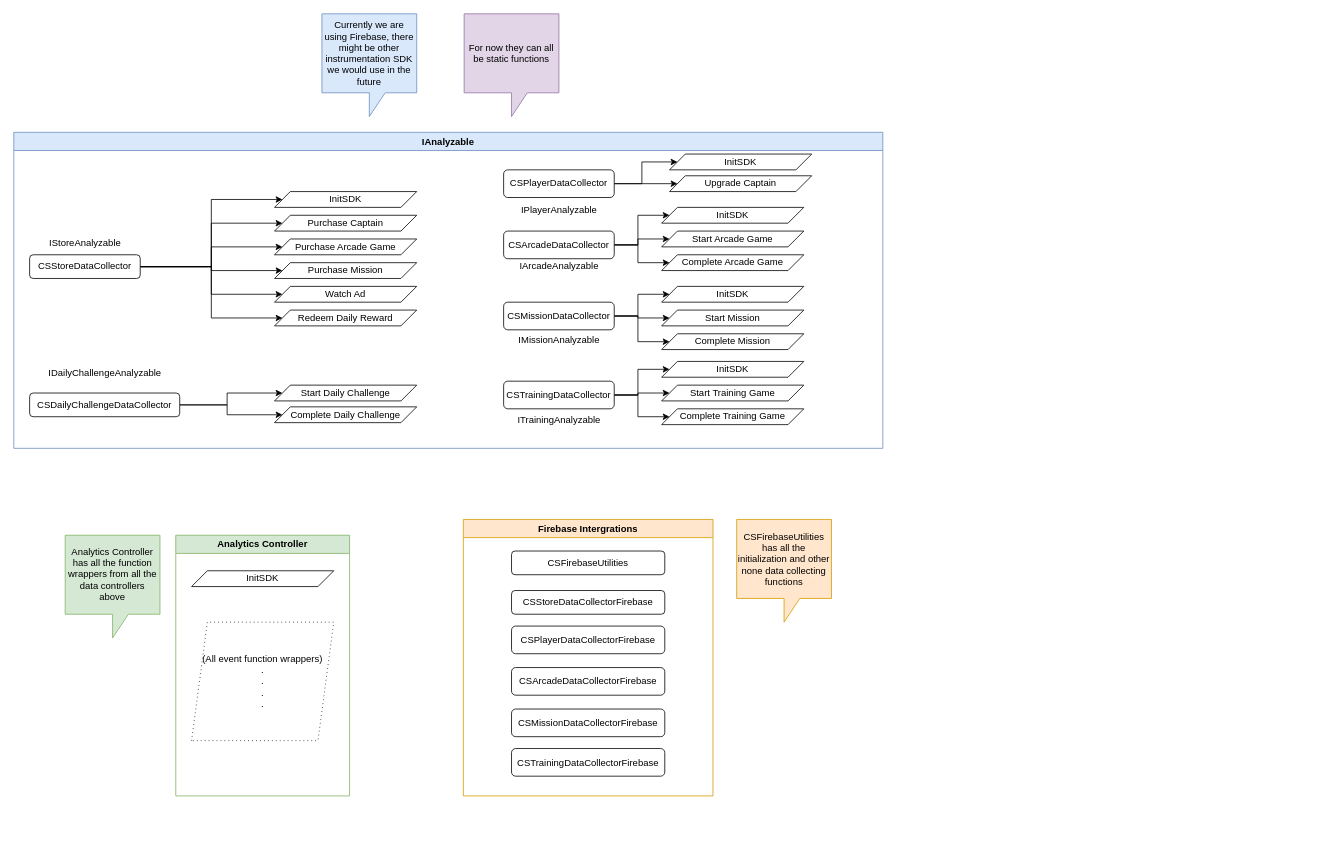
froglet-studio/cosmic-shore-backend-diagrams keeps this draw.io diagram as cosmic-shore-instrumentation.drawio. Above is the earlier version. Source tidied: cells renumbered, new cells numbered last; positions are measured from the earlier drawing's top-left corner, leaving out a move shared by most shapes. Both pictures are drawn from the tidied source at 79%, with x=0, y=0 at pixel (13, 13).
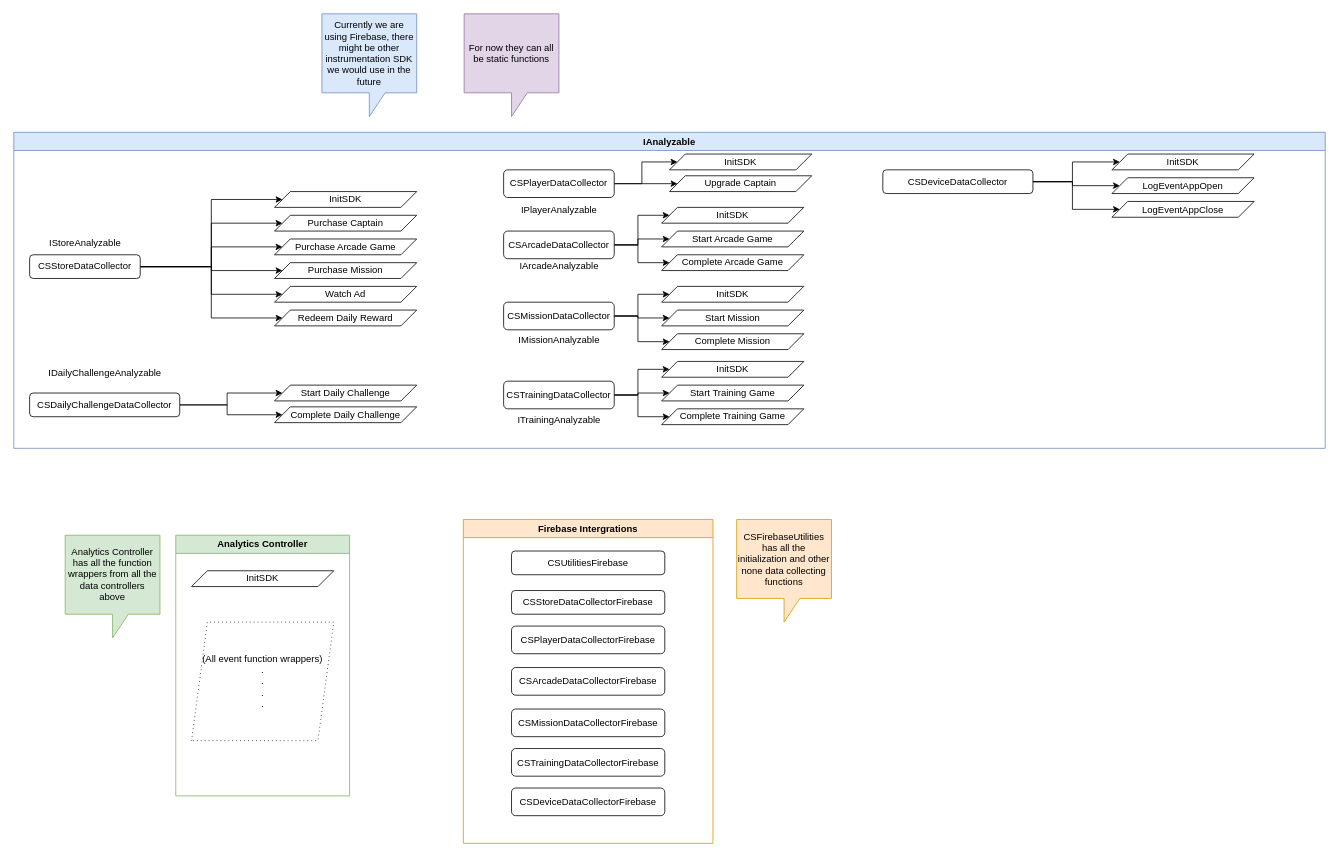
The same page after the edit.

Commit message:
Update device data collector scheme

Diff of the diagram source:
```diff
@@
     <mxCell id="5" value="IAnalyzable" style="swimlane;whiteSpace=wrap;html=1;fillColor=#dae8fc;strokeColor=#6c8ebf;" parent="1" vertex="1">
-      <mxGeometry y="150" width="1100" height="400" as="geometry" />
+      <mxGeometry y="150" width="1660" height="400" as="geometry" />
     </mxCell>
@@
+    <mxCell id="67" style="edgeStyle=orthogonalEdgeStyle;rounded=0;jettySize=auto;html=1;entryX=0;entryY=0.5;entryDx=0;entryDy=0;" parent="5" edge="1" source="70" target="71">
+      <mxGeometry relative="1" as="geometry" />
+    </mxCell>
+    <mxCell id="68" style="edgeStyle=orthogonalEdgeStyle;rounded=0;jettySize=auto;html=1;entryX=0;entryY=0.5;entryDx=0;entryDy=0;" parent="5" edge="1" source="70" target="72">
+      <mxGeometry relative="1" as="geometry" />
+    </mxCell>
+    <mxCell id="69" style="edgeStyle=orthogonalEdgeStyle;rounded=0;jettySize=auto;html=1;entryX=0;entryY=0.5;entryDx=0;entryDy=0;" parent="5" edge="1" source="70" target="73">
+      <mxGeometry relative="1" as="geometry">
+        <Array as="points">
+          <mxPoint x="1340" y="63" />
+          <mxPoint x="1340" y="98" />
+        </Array>
+      </mxGeometry>
+    </mxCell>
+    <mxCell id="70" value="CSDeviceDataCollector" style="rounded=1;whiteSpace=wrap;html=1;" parent="5" vertex="1">
+      <mxGeometry x="1100" y="47.5" width="190" height="30" as="geometry" />
+    </mxCell>
+    <mxCell id="71" value="InitSDK" style="shape=parallelogram;perimeter=parallelogramPerimeter;whiteSpace=wrap;html=1;fixedSize=1;" parent="5" vertex="1">
+      <mxGeometry x="1390" y="27.5" width="180" height="20" as="geometry" />
+    </mxCell>
+    <mxCell id="72" value="LogEventAppOpen" style="shape=parallelogram;perimeter=parallelogramPerimeter;whiteSpace=wrap;html=1;fixedSize=1;" parent="5" vertex="1">
+      <mxGeometry x="1390" y="57.5" width="180" height="20" as="geometry" />
+    </mxCell>
+    <mxCell id="73" value="LogEventAppClose" style="shape=parallelogram;perimeter=parallelogramPerimeter;whiteSpace=wrap;html=1;fixedSize=1;" parent="5" vertex="1">
+      <mxGeometry x="1390" y="87.5" width="180" height="20" as="geometry" />
+    </mxCell>
@@
     <mxCell id="59" value="Firebase Intergrations" style="swimlane;whiteSpace=wrap;html=1;fillColor=#ffe6cc;strokeColor=#d79b00;" parent="1" vertex="1">
-      <mxGeometry x="569" y="640" width="316" height="350" as="geometry" />
+      <mxGeometry x="569" y="640" width="316" height="410" as="geometry" />
     </mxCell>
@@
-    <mxCell id="65" value="CSFirebaseUtilities" style="rounded=1;whiteSpace=wrap;html=1;" parent="59" vertex="1">
+    <mxCell id="65" value="CSUtilitiesFirebase" style="rounded=1;whiteSpace=wrap;html=1;" parent="59" vertex="1">
       <mxGeometry x="61" y="40" width="194" height="30" as="geometry" />
     </mxCell>
+    <mxCell id="74" value="CSDeviceDataCollectorFirebase" style="rounded=1;whiteSpace=wrap;html=1;" parent="59" vertex="1">
+      <mxGeometry x="61" y="340" width="194" height="35" as="geometry" />
+    </mxCell>
```
